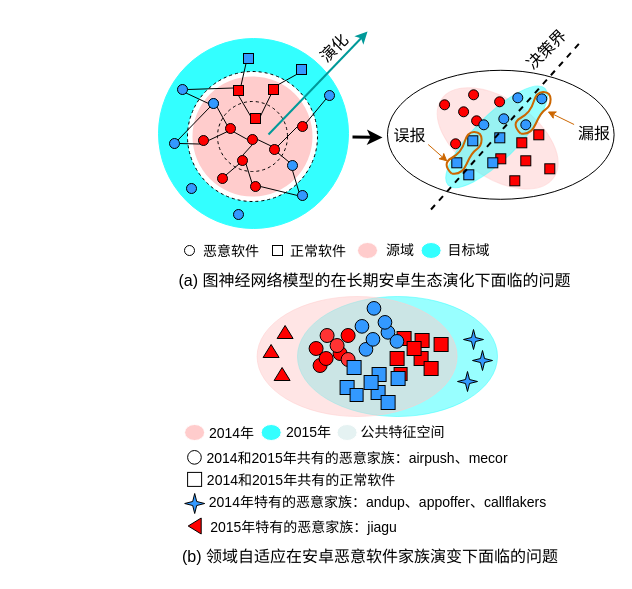
Before: importance_weight_schema.drawio in sunray42/diagrams, a draw.io diagram. Source tidied: cells renumbered, new cells numbered last; positions are measured from the earlier drawing's top-left corner, leaving out a move shared by most shapes. Both pictures are drawn from the tidied source at 100%, with x=0, y=0 at pixel (158, 31).
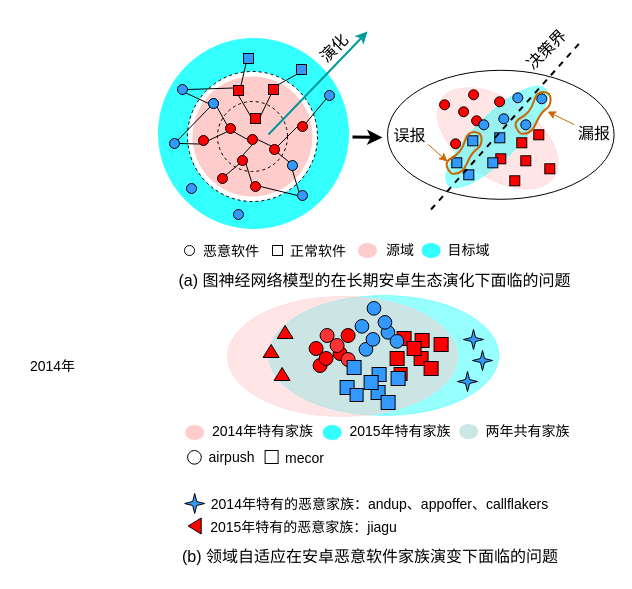
Above is the later version.

Diff of the diagram source:
```diff
@@
-    <mxCell id="66" value="&lt;span style=&quot;font-size: 14px;&quot;&gt;2014和2015年共有的恶意家族：airpush、mecor&lt;/span&gt;" style="text;html=1;strokeColor=none;fillColor=none;align=center;verticalAlign=middle;whiteSpace=wrap;rounded=0;fontSize=16;" parent="1" vertex="1">
-      <mxGeometry x="33.9" y="410.9" width="329.5" height="30" as="geometry" />
+    <mxCell id="66" value="&lt;span style=&quot;font-size: 14px;&quot;&gt;airpush&lt;/span&gt;" style="text;html=1;strokeColor=none;fillColor=none;align=center;verticalAlign=middle;whiteSpace=wrap;rounded=0;fontSize=16;" parent="1" vertex="1">
+      <mxGeometry x="47.1" y="417" width="52.9" height="16.3" as="geometry" />
     </mxCell>
-    <mxCell id="67" value="&lt;span style=&quot;font-size: 14px;&quot;&gt;2014和2015年共有的正常软件&lt;/span&gt;" style="text;html=1;strokeColor=none;fillColor=none;align=center;verticalAlign=middle;whiteSpace=wrap;rounded=0;fontSize=16;" parent="1" vertex="1">
-      <mxGeometry x="35.8" y="432.7" width="214" height="30" as="geometry" />
-    </mxCell>
@@
     <mxCell id="69" style="ellipse;whiteSpace=wrap;html=1;strokeColor=#FFFFFF;fontSize=14;fillColor=#33FFFF;gradientColor=none;" parent="1" vertex="1">
-      <mxGeometry x="102.7" y="393" width="20" height="16" as="geometry" />
+      <mxGeometry x="163.7" y="393" width="20" height="16" as="geometry" />
     </mxCell>
-    <mxCell id="70" value="2015年" style="text;html=1;strokeColor=none;fillColor=none;align=center;verticalAlign=middle;whiteSpace=wrap;rounded=0;fontSize=14;" parent="1" vertex="1">
-      <mxGeometry x="119.2" y="386" width="63" height="30" as="geometry" />
+    <mxCell id="70" value="2015年特有家族" style="text;html=1;strokeColor=none;fillColor=none;align=center;verticalAlign=middle;whiteSpace=wrap;rounded=0;fontSize=14;" parent="1" vertex="1">
+      <mxGeometry x="188.6" y="393" width="106.4" height="14" as="geometry" />
     </mxCell>
-    <mxCell id="71" style="ellipse;whiteSpace=wrap;html=1;strokeColor=#FFFFFF;fontSize=14;fillColor=#e5f2f2;gradientColor=none;" parent="1" vertex="1">
-      <mxGeometry x="178.6" y="393" width="20" height="16" as="geometry" />
-    </mxCell>
-    <mxCell id="72" value="公共特征空间" style="text;html=1;strokeColor=none;fillColor=none;align=center;verticalAlign=middle;whiteSpace=wrap;rounded=0;fontSize=14;" parent="1" vertex="1">
-      <mxGeometry x="192.8" y="386" width="103" height="30" as="geometry" />
-    </mxCell>
     <mxCell id="73" value="&lt;font style=&quot;font-size: 14px;&quot;&gt;2014年&lt;/font&gt;" style="text;html=1;align=center;verticalAlign=middle;strokeColor=none;fillColor=none;fontSize=16;" parent="1" vertex="1">
-      <mxGeometry x="38" y="386" width="70" height="30" as="geometry" />
+      <mxGeometry x="-141" y="319" width="70" height="30" as="geometry" />
     </mxCell>
@@
     <mxCell id="75" value="&lt;font style=&quot;font-size: 14px;&quot;&gt;2014年特有的恶意家族：andup、appoffer、callflakers&lt;/font&gt;" style="text;html=1;align=center;verticalAlign=middle;strokeColor=none;fillColor=none;fontSize=16;" parent="1" vertex="1">
-      <mxGeometry x="39.4" y="454.9" width="360" height="30" as="geometry" />
+      <mxGeometry x="40.9" y="457" width="360" height="30" as="geometry" />
     </mxCell>
-    <mxCell id="76" style="whiteSpace=wrap;html=1;strokeColor=#000000;fontSize=16;fillColor=#FFFFFF;gradientColor=none;rotation=-90;" parent="1" vertex="1">
-      <mxGeometry x="29.1" y="440.9" width="14" height="14" as="geometry" />
-    </mxCell>
@@
     <mxCell id="108" style="ellipse;whiteSpace=wrap;html=1;rotation=0;fillColor=#33FFFF;strokeColor=#33FFFF;opacity=50;" parent="1" vertex="1">
-      <mxGeometry x="139" y="265" width="200" height="120" as="geometry" />
+      <mxGeometry x="110.3" y="264" width="230" height="120" as="geometry" />
     </mxCell>
     <mxCell id="109" style="ellipse;whiteSpace=wrap;html=1;fillColor=#FFCCCC;strokeColor=#FFCCCC;opacity=50;rotation=0;" parent="1" vertex="1">
-      <mxGeometry x="98.6" y="265" width="200" height="120" as="geometry" />
+      <mxGeometry x="69" y="265" width="230" height="120" as="geometry" />
     </mxCell>
@@
+    <mxCell id="149" value="&lt;span style=&quot;font-size: 14px;&quot;&gt;mecor&lt;/span&gt;" style="text;html=1;strokeColor=none;fillColor=none;align=center;verticalAlign=middle;whiteSpace=wrap;rounded=0;fontSize=16;" parent="1" vertex="1">
+      <mxGeometry x="123.2" y="416" width="46.8" height="20" as="geometry" />
+    </mxCell>
+    <mxCell id="150" style="whiteSpace=wrap;html=1;strokeColor=#000000;fontSize=16;fillColor=#FFFFFF;gradientColor=none;rotation=0;" parent="1" vertex="1">
+      <mxGeometry x="106.6" y="419" width="13" height="13" as="geometry" />
+    </mxCell>
+    <mxCell id="151" style="ellipse;whiteSpace=wrap;html=1;strokeColor=#FFFFFF;fontSize=14;fillColor=#cce5e5;gradientColor=none;" parent="1" vertex="1">
+      <mxGeometry x="300.1" y="392" width="20" height="16" as="geometry" />
+    </mxCell>
+    <mxCell id="152" value="2014年特有家族" style="text;html=1;strokeColor=none;fillColor=none;align=center;verticalAlign=middle;whiteSpace=wrap;rounded=0;fontSize=14;" parent="1" vertex="1">
+      <mxGeometry x="50.2" y="393" width="108.8" height="14" as="geometry" />
+    </mxCell>
+    <mxCell id="153" value="两年共有家族" style="text;html=1;strokeColor=none;fillColor=none;align=center;verticalAlign=middle;whiteSpace=wrap;rounded=0;fontSize=14;" parent="1" vertex="1">
+      <mxGeometry x="324.5" y="393" width="88.9" height="14" as="geometry" />
+    </mxCell>
```
